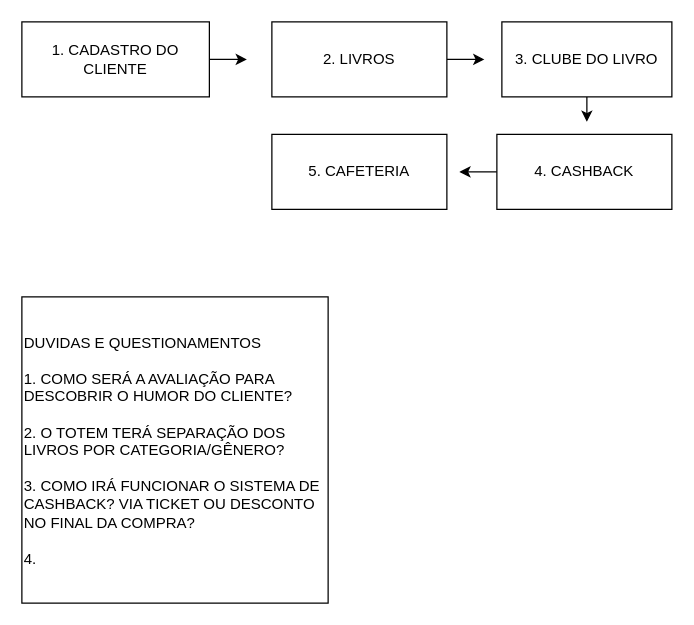
The draw.io diagram Aula laboratorio 25/02.drawio in Rafitz1996/analise_modelagem_sistemas2, before the edit. Source tidied: cells renumbered, new cells numbered last; positions are measured from the earlier drawing's top-left corner, leaving out a move shared by most shapes. Both pictures are drawn from the tidied source at 125%, with x=0, y=0 at pixel (21, 21).
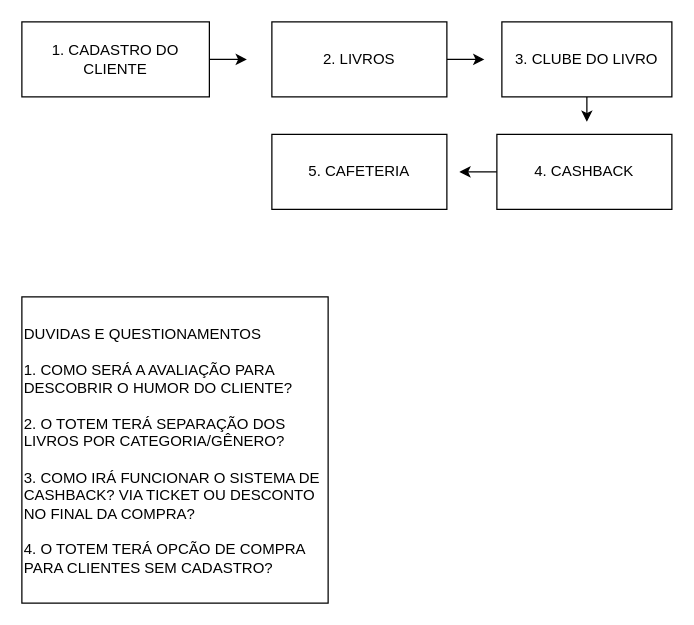
The same diagram, later.

Change to the diagram source:
```diff
@@
 <mxGraphModel>
   <root>
     <mxCell id="0" />
     <mxCell id="1" parent="0" />
     <mxCell id="2" style="edgeStyle=orthogonalEdgeStyle;rounded=0;jettySize=auto;html=1;exitX=1;exitY=0.5;exitDx=0;exitDy=0;" parent="1" edge="1" source="3">
       <mxGeometry relative="1" as="geometry">
         <mxPoint x="180" y="30" as="targetPoint" />
       </mxGeometry>
     </mxCell>
     <mxCell id="3" value="1. CADASTRO DO CLIENTE" style="rounded=0;whiteSpace=wrap;html=1;" parent="1" vertex="1">
       <mxGeometry width="150" height="60" as="geometry" />
     </mxCell>
     <mxCell id="4" style="edgeStyle=orthogonalEdgeStyle;rounded=0;jettySize=auto;html=1;exitX=1;exitY=0.5;exitDx=0;exitDy=0;" parent="1" edge="1" source="5">
       <mxGeometry relative="1" as="geometry">
         <mxPoint x="370" y="30" as="targetPoint" />
       </mxGeometry>
     </mxCell>
     <mxCell id="5" value="2. LIVROS" style="rounded=0;whiteSpace=wrap;html=1;" parent="1" vertex="1">
       <mxGeometry x="200" width="140" height="60" as="geometry" />
     </mxCell>
     <mxCell id="6" style="edgeStyle=orthogonalEdgeStyle;rounded=0;jettySize=auto;html=1;exitX=0.5;exitY=1;exitDx=0;exitDy=0;" parent="1" edge="1" source="7">
       <mxGeometry relative="1" as="geometry">
         <mxPoint x="452" y="80" as="targetPoint" />
       </mxGeometry>
     </mxCell>
     <mxCell id="7" value="3. CLUBE DO LIVRO" style="rounded=0;whiteSpace=wrap;html=1;" parent="1" vertex="1">
       <mxGeometry x="384" width="136" height="60" as="geometry" />
     </mxCell>
     <mxCell id="8" style="edgeStyle=orthogonalEdgeStyle;rounded=0;jettySize=auto;html=1;exitX=0;exitY=0.5;exitDx=0;exitDy=0;" parent="1" edge="1" source="9">
       <mxGeometry relative="1" as="geometry">
         <mxPoint x="350" y="120" as="targetPoint" />
       </mxGeometry>
     </mxCell>
     <mxCell id="9" value="4. CASHBACK" style="rounded=0;whiteSpace=wrap;html=1;" parent="1" vertex="1">
       <mxGeometry x="380" y="90" width="140" height="60" as="geometry" />
     </mxCell>
     <mxCell id="10" value="5. CAFETERIA" style="rounded=0;whiteSpace=wrap;html=1;" parent="1" vertex="1">
       <mxGeometry x="200" y="90" width="140" height="60" as="geometry" />
     </mxCell>
-    <mxCell id="11" value="DUVIDAS E QUESTIONAMENTOS&lt;div&gt;&lt;br&gt;&lt;/div&gt;&lt;div&gt;1. COMO SERÁ A AVALIAÇÃO PARA DESCOBRIR O HUMOR DO CLIENTE?&lt;/div&gt;&lt;div&gt;&lt;br&gt;&lt;/div&gt;&lt;div&gt;2. O TOTEM TERÁ SEPARAÇÃO DOS LIVROS POR CATEGORIA/GÊNERO?&lt;/div&gt;&lt;div&gt;&lt;br&gt;&lt;/div&gt;&lt;div&gt;3. COMO IRÁ FUNCIONAR O SISTEMA DE CASHBACK? VIA TICKET OU DESCONTO NO FINAL DA COMPRA?&lt;/div&gt;&lt;div&gt;&lt;br&gt;&lt;/div&gt;&lt;div&gt;4.&amp;nbsp;&lt;/div&gt;" style="whiteSpace=wrap;html=1;align=left;" parent="1" vertex="1">
+    <mxCell id="11" value="DUVIDAS E QUESTIONAMENTOS&lt;div&gt;&lt;br&gt;&lt;/div&gt;&lt;div&gt;1. COMO SERÁ A AVALIAÇÃO PARA DESCOBRIR O HUMOR DO CLIENTE?&lt;/div&gt;&lt;div&gt;&lt;br&gt;&lt;/div&gt;&lt;div&gt;2. O TOTEM TERÁ SEPARAÇÃO DOS LIVROS POR CATEGORIA/GÊNERO?&lt;/div&gt;&lt;div&gt;&lt;br&gt;&lt;/div&gt;&lt;div&gt;3. COMO IRÁ FUNCIONAR O SISTEMA DE CASHBACK? VIA TICKET OU DESCONTO NO FINAL DA COMPRA?&lt;/div&gt;&lt;div&gt;&lt;br&gt;&lt;/div&gt;&lt;div&gt;4. O TOTEM TERÁ OPCÃO DE COMPRA PARA CLIENTES SEM CADASTRO?&lt;/div&gt;" style="whiteSpace=wrap;html=1;align=left;" parent="1" vertex="1">
       <mxGeometry y="220" width="245" height="245" as="geometry" />
     </mxCell>
   </root>
 </mxGraphModel>
```
